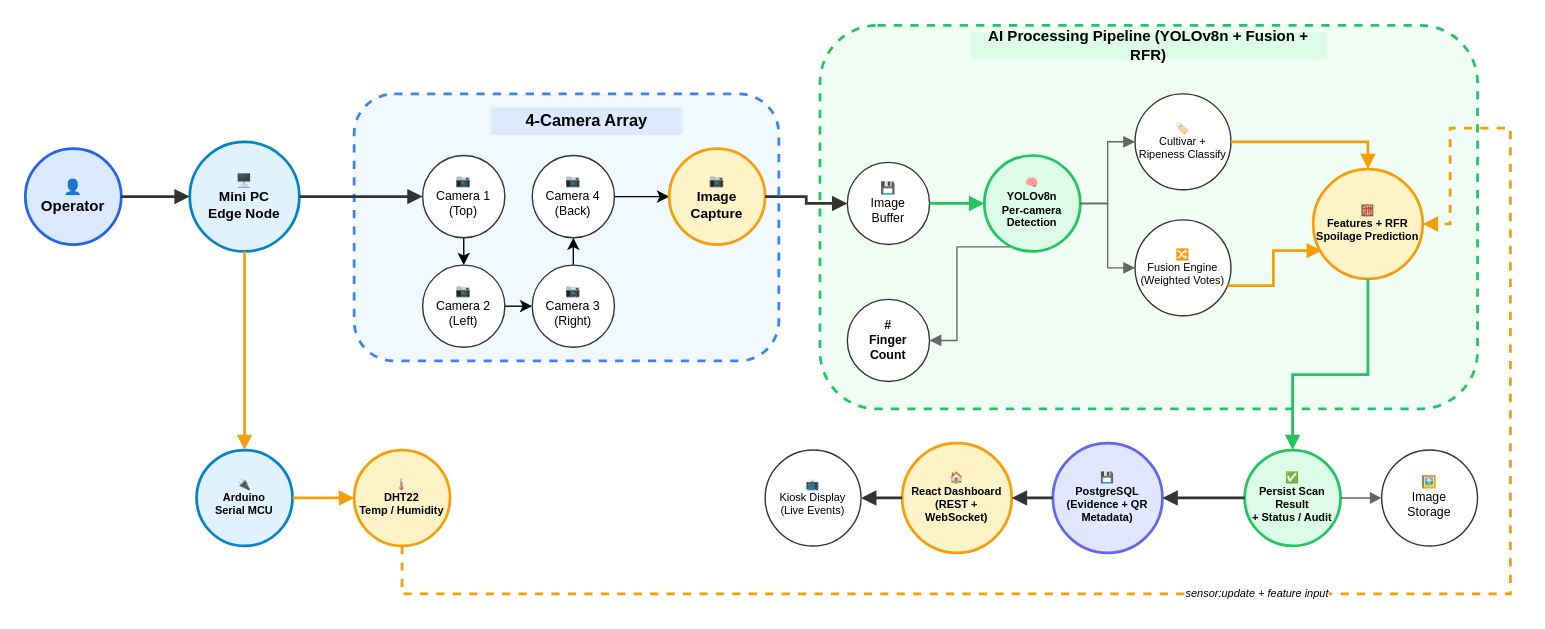
Above: docs/bananavision-docs/docs/workflows/workflow_iot.drawio in BlackShark404/BananaVision (draw.io), before the change. Source tidied: cells renumbered, new cells numbered last; positions are measured from the earlier drawing's top-left corner, leaving out a move shared by most shapes. Both pictures are drawn from the tidied source at 137%, with x=0, y=0 at pixel (25, 25).
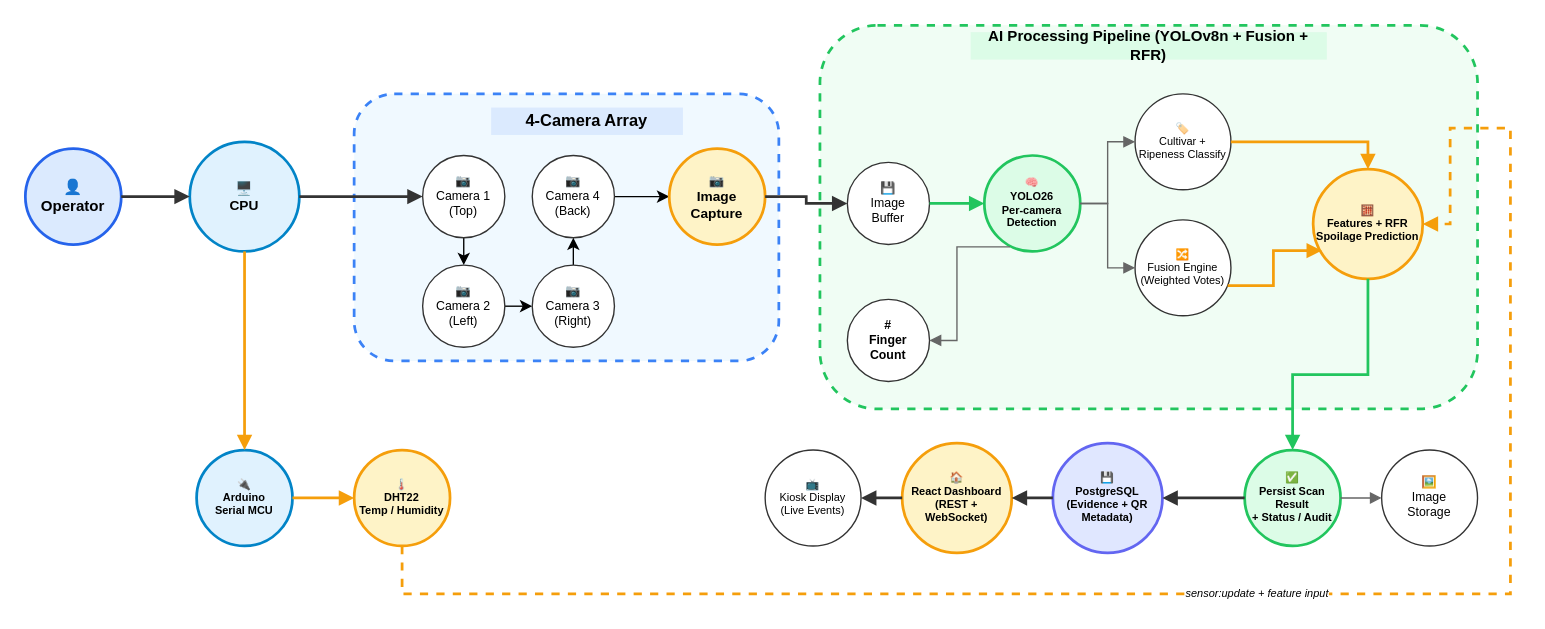
The same page after the edit.

Commit message (it also covers changes not shown here):
Refresh workflow docs and diagrams

Diff of the diagram source:
```diff
@@
-    <mxCell id="3" value="🖥️&lt;br&gt;Mini PC&lt;br&gt;Edge Node" style="ellipse;whiteSpace=wrap;html=1;fillColor=#e0f2fe;strokeColor=#0284c7;strokeWidth=2;fontSize=10;fontStyle=1;" parent="1" vertex="1">
+    <mxCell id="3" value="🖥️&lt;br&gt;CPU" style="ellipse;whiteSpace=wrap;html=1;fillColor=#e0f2fe;strokeColor=#0284c7;strokeWidth=2;fontSize=10;fontStyle=1;" parent="1" vertex="1">
       <mxGeometry x="120" y="85" width="80" height="80" as="geometry" />
     </mxCell>
@@
-    <mxCell id="18" value="🧠&lt;br&gt;YOLOv8n&lt;br&gt;Per-camera Detection" style="ellipse;whiteSpace=wrap;html=1;fillColor=#dcfce7;strokeColor=#22c55e;strokeWidth=2;fontSize=8;fontStyle=1;" parent="1" vertex="1">
+    <mxCell id="18" value="🧠&lt;br&gt;YOLO26&lt;br&gt;Per-camera Detection" style="ellipse;whiteSpace=wrap;html=1;fillColor=#dcfce7;strokeColor=#22c55e;strokeWidth=2;fontSize=8;fontStyle=1;" parent="1" vertex="1">
       <mxGeometry x="700" y="95" width="70" height="70" as="geometry" />
     </mxCell>
```
